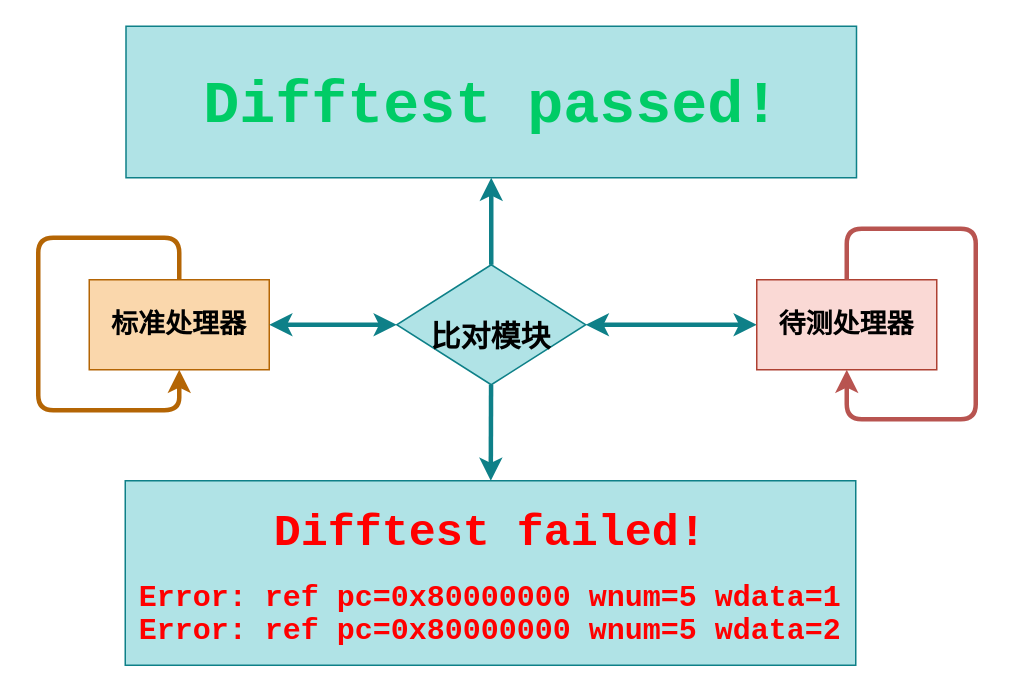
The draw.io diagram page "差分测试" (1 of 7) of doc/architecture.drawio in Clo91eaf/hemu, before the edit. Source tidied: cells renumbered, new cells numbered last; positions are measured from the earlier drawing's top-left corner, leaving out a move shared by most shapes. Both pictures are drawn from the tidied source at 150%, with x=0, y=0 at pixel (38, 26).
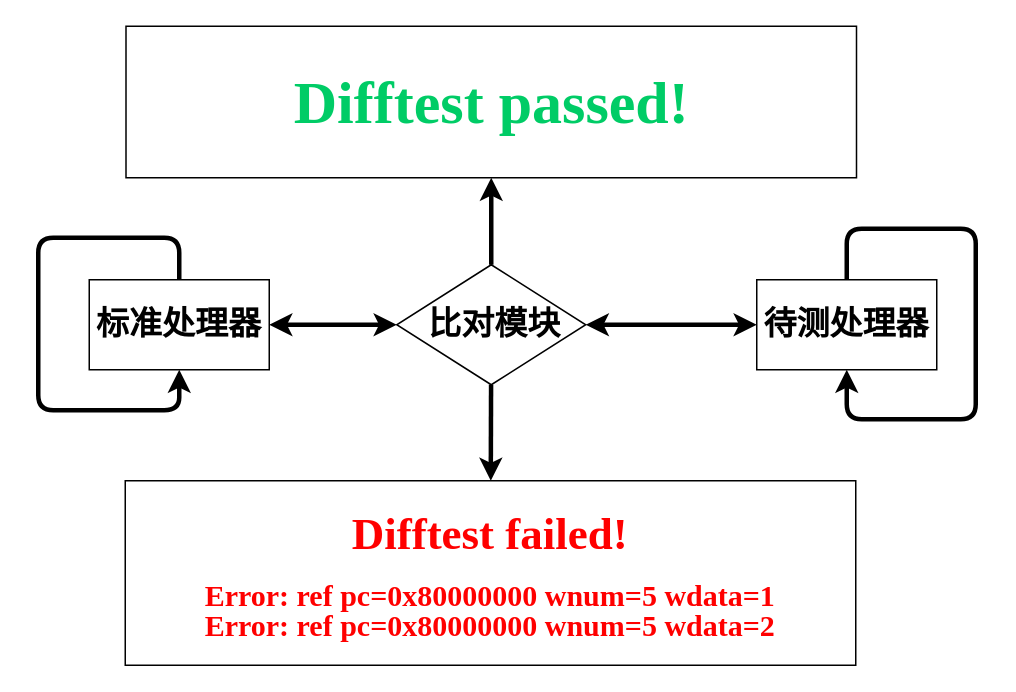
The same diagram, later.

The edit, as a diff of the source:
```diff
@@
 <mxGraphModel>
   <root>
     <mxCell id="0" />
     <mxCell id="1" parent="0" />
-    <mxCell id="2" style="edgeStyle=orthogonalEdgeStyle;html=1;fontSize=18;startArrow=classic;startFill=1;entryX=0;entryY=0.5;entryDx=0;entryDy=0;rounded=0;fillColor=#b0e3e6;strokeColor=#0e8088;exitX=1;exitY=0.5;exitDx=0;exitDy=0;strokeWidth=3;" parent="1" edge="1" source="8" target="4">
+    <mxCell id="2" style="edgeStyle=orthogonalEdgeStyle;html=1;fontSize=22;startArrow=classic;startFill=1;entryX=0;entryY=0.5;entryDx=0;entryDy=0;rounded=0;exitX=1;exitY=0.5;exitDx=0;exitDy=0;strokeWidth=3;fontFamily=宋体;" parent="1" edge="1" source="8" target="4">
       <mxGeometry relative="1" as="geometry" />
     </mxCell>
-    <mxCell id="3" value="&lt;h2&gt;标准处理器&lt;/h2&gt;" style="whiteSpace=wrap;html=1;rounded=0;fillColor=#fad7ac;strokeColor=#b46504;" parent="1" vertex="1">
+    <mxCell id="3" value="&lt;h2 style=&quot;font-size: 22px;&quot;&gt;标准处理器&lt;/h2&gt;" style="whiteSpace=wrap;html=1;rounded=0;fontFamily=宋体;fontSize=22;" parent="1" vertex="1">
       <mxGeometry x="34" y="169" width="120" height="60" as="geometry" />
     </mxCell>
-    <mxCell id="4" value="&lt;h2&gt;待测处理器&lt;/h2&gt;" style="whiteSpace=wrap;html=1;rounded=0;fillColor=#fad9d5;strokeColor=#ae4132;" parent="1" vertex="1">
+    <mxCell id="4" value="&lt;h2 style=&quot;font-size: 22px;&quot;&gt;待测处理器&lt;/h2&gt;" style="whiteSpace=wrap;html=1;rounded=0;fontFamily=宋体;fontSize=22;" parent="1" vertex="1">
       <mxGeometry x="479" y="169" width="120" height="60" as="geometry" />
     </mxCell>
-    <mxCell id="5" style="edgeStyle=none;html=1;fontSize=18;startArrow=classic;startFill=1;entryX=0;entryY=0.5;entryDx=0;entryDy=0;rounded=0;fillColor=#b0e3e6;strokeColor=#0e8088;exitX=1;exitY=0.5;exitDx=0;exitDy=0;endArrow=classic;endFill=1;strokeWidth=3;" parent="1" edge="1" source="3" target="8">
+    <mxCell id="5" style="edgeStyle=none;html=1;fontSize=22;startArrow=classic;startFill=1;entryX=0;entryY=0.5;entryDx=0;entryDy=0;rounded=0;exitX=1;exitY=0.5;exitDx=0;exitDy=0;endArrow=classic;endFill=1;strokeWidth=3;fontFamily=宋体;" parent="1" edge="1" source="3" target="8">
       <mxGeometry relative="1" as="geometry" />
     </mxCell>
-    <mxCell id="6" style="edgeStyle=none;html=1;fillColor=#b0e3e6;strokeColor=#0e8088;strokeWidth=3;" parent="1" edge="1" source="8" target="10">
+    <mxCell id="6" style="edgeStyle=none;html=1;strokeWidth=3;" parent="1" edge="1" source="8" target="10">
       <mxGeometry relative="1" as="geometry" />
     </mxCell>
-    <mxCell id="7" style="edgeStyle=none;html=1;strokeWidth=3;fontFamily=Courier New;fontSize=20;fontColor=#FF0000;fillColor=#b0e3e6;strokeColor=#0e8088;entryX=0.5;entryY=1;entryDx=0;entryDy=0;" parent="1" edge="1" source="8" target="11">
+    <mxCell id="7" style="edgeStyle=none;html=1;strokeWidth=3;fontFamily=Courier New;fontSize=20;fontColor=#FF0000;entryX=0.5;entryY=1;entryDx=0;entryDy=0;" parent="1" edge="1" source="8" target="11">
       <mxGeometry relative="1" as="geometry" />
     </mxCell>
-    <mxCell id="8" value="&lt;font size=&quot;1&quot; style=&quot;&quot;&gt;&lt;b style=&quot;font-size: 20px;&quot;&gt;比对模块&lt;/b&gt;&lt;/font&gt;" style="rhombus;whiteSpace=wrap;html=1;fontSize=40;fillColor=#b0e3e6;strokeColor=#0e8088;rounded=0;" parent="1" vertex="1">
+    <mxCell id="8" style="rhombus;whiteSpace=wrap;html=1;fontSize=22;rounded=0;fontFamily=宋体;" parent="1" vertex="1">
       <mxGeometry x="239" y="159" width="126" height="80" as="geometry" />
     </mxCell>
-    <mxCell id="9" style="edgeStyle=orthogonalEdgeStyle;orthogonalLoop=1;jettySize=auto;html=1;strokeWidth=3;fontSize=18;startArrow=none;startFill=0;endArrow=classic;endFill=1;exitX=0.5;exitY=0;exitDx=0;exitDy=0;entryX=0.5;entryY=1;entryDx=0;entryDy=0;fillColor=#fad7ac;strokeColor=#b46504;" parent="1" edge="1" source="3" target="3">
+    <mxCell id="9" style="edgeStyle=orthogonalEdgeStyle;orthogonalLoop=1;jettySize=auto;html=1;strokeWidth=3;fontSize=22;startArrow=none;startFill=0;endArrow=classic;endFill=1;exitX=0.5;exitY=0;exitDx=0;exitDy=0;entryX=0.5;entryY=1;entryDx=0;entryDy=0;fontFamily=宋体;" parent="1" edge="1" source="3" target="3">
       <mxGeometry relative="1" as="geometry">
         <Array as="points">
           <mxPoint x="94" y="141" />
           <mxPoint y="141" />
           <mxPoint y="256" />
           <mxPoint x="94" y="256" />
         </Array>
       </mxGeometry>
     </mxCell>
-    <mxCell id="10" value="&lt;b style=&quot;&quot;&gt;&lt;font color=&quot;#ff0000&quot; face=&quot;Courier New&quot; style=&quot;&quot;&gt;&lt;font style=&quot;font-size: 30px;&quot;&gt;Difftest failed!&lt;/font&gt;&lt;br&gt;&lt;/font&gt;&lt;/b&gt;&lt;p style=&quot;line-height: 0%; font-size: 20px;&quot;&gt;&lt;font color=&quot;#ff0000&quot; face=&quot;Courier New&quot; style=&quot;font-size: 20px;&quot;&gt;&lt;b style=&quot;&quot;&gt;Error: ref pc=0x80000000 wnum=5 wdata=1&lt;/b&gt;&lt;/font&gt;&lt;/p&gt;&lt;p style=&quot;line-height: 0%; font-size: 20px;&quot;&gt;&lt;b style=&quot;border-color: var(--border-color); color: rgb(255, 0, 0); font-family: &amp;quot;Courier New&amp;quot;;&quot;&gt;Error: ref pc=0x80000000 wnum=5 wdata=2&lt;/b&gt;&lt;br&gt;&lt;/p&gt;" style="whiteSpace=wrap;html=1;fontSize=40;fillColor=#b0e3e6;strokeColor=#0e8088;rounded=0;align=center;" parent="1" vertex="1">
+    <mxCell id="10" value="&lt;b style=&quot;&quot;&gt;&lt;font color=&quot;#ff0000&quot; style=&quot;&quot;&gt;&lt;font style=&quot;font-size: 30px;&quot;&gt;Difftest failed!&lt;/font&gt;&lt;br&gt;&lt;/font&gt;&lt;/b&gt;&lt;p style=&quot;line-height: 0%; font-size: 20px;&quot;&gt;&lt;font color=&quot;#ff0000&quot; style=&quot;font-size: 20px;&quot;&gt;&lt;b style=&quot;&quot;&gt;Error: ref pc=0x80000000 wnum=5 wdata=1&lt;/b&gt;&lt;/font&gt;&lt;/p&gt;&lt;p style=&quot;line-height: 0%; font-size: 20px;&quot;&gt;&lt;b style=&quot;border-color: var(--border-color); color: rgb(255, 0, 0);&quot;&gt;Error: ref pc=0x80000000 wnum=5 wdata=2&lt;/b&gt;&lt;br&gt;&lt;/p&gt;" style="whiteSpace=wrap;html=1;fontSize=40;rounded=0;align=center;fontFamily=Times New Roman;" parent="1" vertex="1">
       <mxGeometry x="58" y="303" width="487" height="123" as="geometry" />
     </mxCell>
-    <mxCell id="11" value="&lt;div style=&quot;&quot;&gt;&lt;b style=&quot;color: rgb(0, 204, 102); font-family: &amp;quot;Courier New&amp;quot;; background-color: initial;&quot;&gt;Difftest passed!&lt;/b&gt;&lt;/div&gt;" style="whiteSpace=wrap;html=1;fontSize=40;fillColor=#b0e3e6;strokeColor=#0e8088;rounded=0;align=center;" parent="1" vertex="1">
+    <mxCell id="11" value="&lt;div style=&quot;&quot;&gt;&lt;b style=&quot;color: rgb(0, 204, 102); background-color: initial;&quot;&gt;Difftest passed!&lt;/b&gt;&lt;/div&gt;" style="whiteSpace=wrap;html=1;fontSize=40;rounded=0;align=center;fontFamily=Times New Roman;" parent="1" vertex="1">
       <mxGeometry x="58.5" width="487" height="101" as="geometry" />
     </mxCell>
-    <mxCell id="12" style="edgeStyle=orthogonalEdgeStyle;orthogonalLoop=1;jettySize=auto;html=1;strokeWidth=3;fontSize=18;startArrow=none;startFill=0;endArrow=classic;endFill=1;exitX=0.5;exitY=0;exitDx=0;exitDy=0;entryX=0.5;entryY=1;entryDx=0;entryDy=0;fillColor=#f8cecc;strokeColor=#b85450;" parent="1" edge="1" source="4" target="4">
+    <mxCell id="12" style="edgeStyle=orthogonalEdgeStyle;orthogonalLoop=1;jettySize=auto;html=1;strokeWidth=3;fontSize=22;startArrow=none;startFill=0;endArrow=classic;endFill=1;exitX=0.5;exitY=0;exitDx=0;exitDy=0;entryX=0.5;entryY=1;entryDx=0;entryDy=0;fontFamily=宋体;" parent="1" edge="1" source="4" target="4">
       <mxGeometry relative="1" as="geometry">
         <Array as="points">
           <mxPoint x="539" y="135" />
           <mxPoint x="625" y="135" />
           <mxPoint x="625" y="262" />
           <mxPoint x="539" y="262" />
         </Array>
       </mxGeometry>
     </mxCell>
+    <mxCell id="13" value="&lt;font style=&quot;font-size: 22px;&quot;&gt;&lt;b&gt;比对模块&lt;/b&gt;&lt;/font&gt;" style="text;html=1;align=center;verticalAlign=middle;fontSize=22;fontFamily=宋体;" parent="1" vertex="1">
+      <mxGeometry x="250" y="180" width="108" height="38" as="geometry" />
+    </mxCell>
   </root>
 </mxGraphModel>
```
